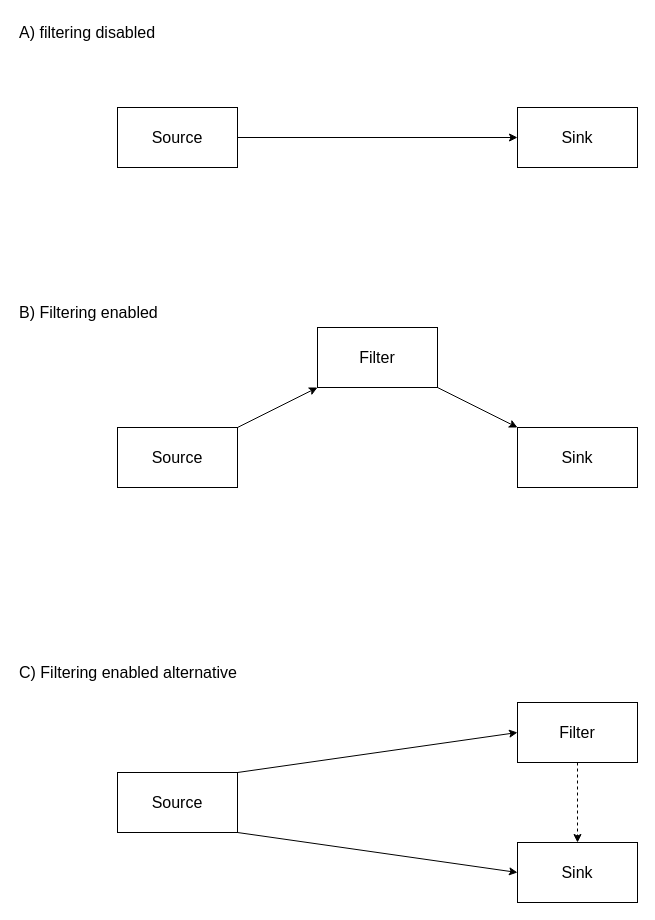
This is acquire-filter-flow.drawio from andy-sweet/diagrams, a draw.io file, before an edit. Source tidied: cells renumbered, new cells numbered last; positions are measured from the earlier drawing's top-left corner, leaving out a move shared by most shapes. Both pictures are drawn from the tidied source at 100%, with x=0, y=0 at pixel (17, 17).
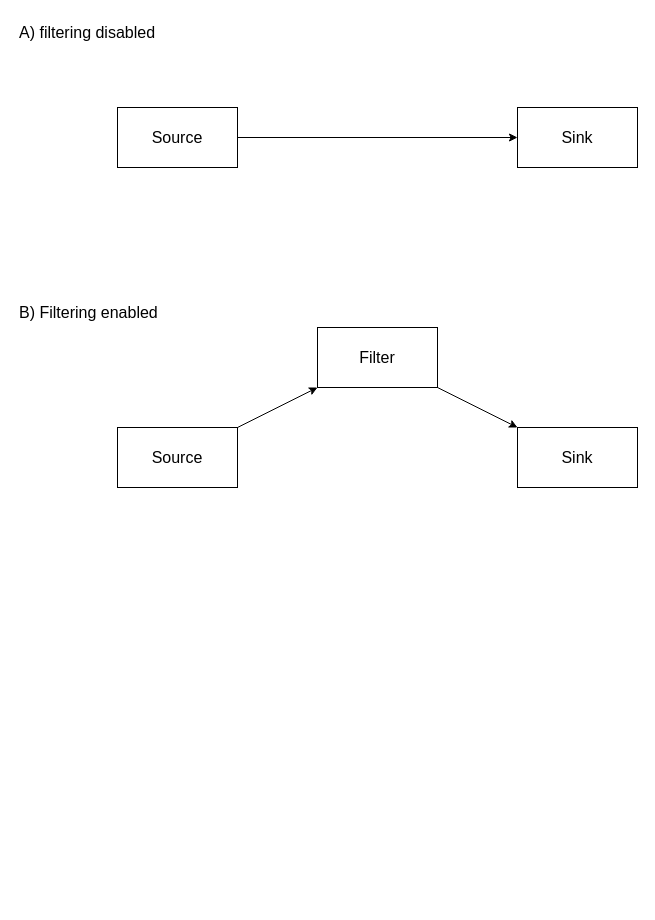
After the change.

Change to the diagram source:
```diff
@@
 <mxGraphModel>
   <root>
     <mxCell id="0" />
     <mxCell id="1" parent="0" />
     <mxCell id="2" value="Source" style="rounded=0;whiteSpace=wrap;html=1;fontSize=16;" parent="1" vertex="1">
       <mxGeometry x="100" y="90" width="120" height="60" as="geometry" />
     </mxCell>
     <mxCell id="3" value="Sink" style="rounded=0;whiteSpace=wrap;html=1;fontSize=16;" parent="1" vertex="1">
       <mxGeometry x="500" y="90" width="120" height="60" as="geometry" />
     </mxCell>
     <mxCell id="4" value="Source" style="rounded=0;whiteSpace=wrap;html=1;fontSize=16;" parent="1" vertex="1">
       <mxGeometry x="100" y="410" width="120" height="60" as="geometry" />
     </mxCell>
     <mxCell id="5" value="Filter" style="rounded=0;whiteSpace=wrap;html=1;fontSize=16;" parent="1" vertex="1">
       <mxGeometry x="300" y="310" width="120" height="60" as="geometry" />
     </mxCell>
     <mxCell id="6" value="Sink" style="rounded=0;whiteSpace=wrap;html=1;fontSize=16;" parent="1" vertex="1">
       <mxGeometry x="500" y="410" width="120" height="60" as="geometry" />
     </mxCell>
     <mxCell id="7" style="endArrow=classic;html=1;rounded=0;exitX=1;exitY=0.5;exitDx=0;exitDy=0;entryX=0;entryY=0.5;entryDx=0;entryDy=0;fontSize=16;" parent="1" edge="1" source="2" target="3">
       <mxGeometry relative="1" as="geometry" />
     </mxCell>
     <mxCell id="8" style="endArrow=classic;html=1;rounded=0;exitX=1;exitY=0;exitDx=0;exitDy=0;entryX=0;entryY=1;entryDx=0;entryDy=0;fontSize=16;" parent="1" edge="1" source="4" target="5">
       <mxGeometry relative="1" as="geometry" />
     </mxCell>
     <mxCell id="9" style="endArrow=classic;html=1;rounded=0;entryX=0;entryY=0;entryDx=0;entryDy=0;exitX=1;exitY=1;exitDx=0;exitDy=0;fontSize=16;" parent="1" edge="1" source="5" target="6">
       <mxGeometry relative="1" as="geometry" />
     </mxCell>
     <mxCell id="10" value="A) filtering disabled" style="text;html=1;strokeColor=none;fillColor=none;align=left;verticalAlign=middle;whiteSpace=wrap;rounded=0;fontSize=16;" parent="1" vertex="1">
       <mxGeometry width="210" height="30" as="geometry" />
     </mxCell>
     <mxCell id="11" value="B) Filtering enabled" style="text;html=1;strokeColor=none;fillColor=none;align=left;verticalAlign=middle;whiteSpace=wrap;rounded=0;fontSize=16;" parent="1" vertex="1">
       <mxGeometry y="280" width="210" height="30" as="geometry" />
     </mxCell>
-    <mxCell id="12" value="Source" style="rounded=0;whiteSpace=wrap;html=1;fontSize=16;" parent="1" vertex="1">
-      <mxGeometry x="100" y="755" width="120" height="60" as="geometry" />
-    </mxCell>
-    <mxCell id="13" value="Filter" style="rounded=0;whiteSpace=wrap;html=1;fontSize=16;" parent="1" vertex="1">
-      <mxGeometry x="500" y="685" width="120" height="60" as="geometry" />
-    </mxCell>
-    <mxCell id="14" value="Sink" style="rounded=0;whiteSpace=wrap;html=1;fontSize=16;" parent="1" vertex="1">
-      <mxGeometry x="500" y="825" width="120" height="60" as="geometry" />
-    </mxCell>
-    <mxCell id="15" style="endArrow=classic;html=1;rounded=0;exitX=1;exitY=0;exitDx=0;exitDy=0;entryX=0;entryY=0.5;entryDx=0;entryDy=0;fontSize=16;" parent="1" edge="1" source="12" target="13">
-      <mxGeometry relative="1" as="geometry" />
-    </mxCell>
-    <mxCell id="16" value="C) Filtering enabled alternative" style="text;html=1;strokeColor=none;fillColor=none;align=left;verticalAlign=middle;whiteSpace=wrap;rounded=0;fontSize=16;" parent="1" vertex="1">
-      <mxGeometry y="640" width="260" height="30" as="geometry" />
-    </mxCell>
-    <mxCell id="17" style="endArrow=classic;html=1;rounded=0;exitX=1;exitY=1;exitDx=0;exitDy=0;entryX=0;entryY=0.5;entryDx=0;entryDy=0;fontSize=16;" parent="1" edge="1" source="12" target="14">
-      <mxGeometry relative="1" as="geometry" />
-    </mxCell>
-    <mxCell id="18" style="endArrow=classic;html=1;rounded=0;entryX=0.5;entryY=0;entryDx=0;entryDy=0;exitX=0.5;exitY=1;exitDx=0;exitDy=0;dashed=1;fontSize=16;" parent="1" edge="1" source="13" target="14">
-      <mxGeometry relative="1" as="geometry" />
-    </mxCell>
   </root>
 </mxGraphModel>
```
